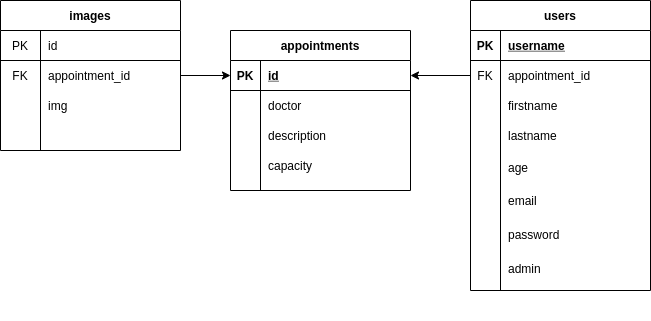
Earlier version of the draw.io export docs/diagrams/db.png (kevindoubleu/COMPFEST-Hospital). Source tidied: cells renumbered, new cells last; positions are measured from the earlier drawing's top-left corner, leaving out a move shared by most shapes.
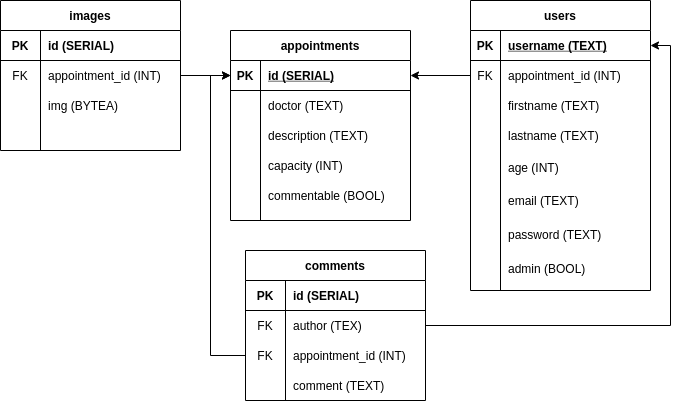
Above is the later version.

Commit message:
comments can be disabled

The edit, as a diff of the source:
```diff
@@ -3,7 +3,7 @@
     <mxCell id="0" />
     <mxCell id="1" parent="0" />
     <mxCell id="2" value="appointments" style="shape=table;startSize=30;rowLines=0;fontStyle=1;align=center;" parent="1" vertex="1">
-      <mxGeometry x="230" y="30" width="180" height="160" as="geometry" />
+      <mxGeometry x="230" y="30" width="180" height="190" as="geometry" />
     </mxCell>
     <mxCell id="3" style="shape=partialRectangle;fillColor=none;top=0;left=0;bottom=1;right=0;points=[[0,0.5],[1,0.5]];portConstraint=eastwest;" parent="2" vertex="1">
       <mxGeometry y="30" width="180" height="30" as="geometry" />
@@ -11,7 +11,7 @@
     <mxCell id="4" value="PK" style="shape=partialRectangle;fillColor=none;top=0;left=0;bottom=0;right=0;fontStyle=1;overflow=hidden;" parent="3" vertex="1">
       <mxGeometry width="30" height="30" as="geometry" />
     </mxCell>
-    <mxCell id="5" value="id" style="shape=partialRectangle;fillColor=none;top=0;left=0;bottom=0;right=0;align=left;spacingLeft=6;fontStyle=5;overflow=hidden;" parent="3" vertex="1">
+    <mxCell id="5" value="id (SERIAL)" style="shape=partialRectangle;fillColor=none;top=0;left=0;bottom=0;right=0;align=left;spacingLeft=6;fontStyle=5;overflow=hidden;" parent="3" vertex="1">
       <mxGeometry x="30" width="150" height="30" as="geometry" />
     </mxCell>
     <mxCell id="6" style="shape=partialRectangle;fillColor=none;top=0;left=0;bottom=0;right=0;" parent="2" vertex="1">
@@ -20,7 +20,7 @@
     <mxCell id="7" style="shape=partialRectangle;fillColor=none;top=0;left=0;bottom=0;right=0;overflow=hidden;" parent="6" vertex="1">
       <mxGeometry width="30" height="30" as="geometry" />
     </mxCell>
-    <mxCell id="8" value="doctor" style="shape=partialRectangle;fillColor=none;top=0;left=0;bottom=0;right=0;align=left;spacingLeft=6;overflow=hidden;" parent="6" vertex="1">
+    <mxCell id="8" value="doctor (TEXT)" style="shape=partialRectangle;fillColor=none;top=0;left=0;bottom=0;right=0;align=left;spacingLeft=6;overflow=hidden;" parent="6" vertex="1">
       <mxGeometry x="30" width="150" height="30" as="geometry" />
     </mxCell>
     <mxCell id="9" style="shape=partialRectangle;fillColor=none;top=0;left=0;bottom=0;right=0;" parent="2" vertex="1">
@@ -29,7 +29,7 @@
     <mxCell id="10" style="shape=partialRectangle;fillColor=none;top=0;left=0;bottom=0;right=0;overflow=hidden;" parent="9" vertex="1">
       <mxGeometry width="30" height="30" as="geometry" />
     </mxCell>
-    <mxCell id="11" value="description" style="shape=partialRectangle;fillColor=none;top=0;left=0;bottom=0;right=0;align=left;spacingLeft=6;overflow=hidden;" parent="9" vertex="1">
+    <mxCell id="11" value="description (TEXT)" style="shape=partialRectangle;fillColor=none;top=0;left=0;bottom=0;right=0;align=left;spacingLeft=6;overflow=hidden;" parent="9" vertex="1">
       <mxGeometry x="30" width="150" height="30" as="geometry" />
     </mxCell>
     <mxCell id="12" style="shape=partialRectangle;fillColor=none;top=0;left=0;bottom=0;right=0;" parent="2" vertex="1">
@@ -38,7 +38,7 @@
     <mxCell id="13" style="shape=partialRectangle;fillColor=none;top=0;left=0;bottom=0;right=0;overflow=hidden;" parent="12" vertex="1">
       <mxGeometry width="30" height="30" as="geometry" />
     </mxCell>
-    <mxCell id="14" value="capacity" style="shape=partialRectangle;fillColor=none;top=0;left=0;bottom=0;right=0;align=left;spacingLeft=6;overflow=hidden;" parent="12" vertex="1">
+    <mxCell id="14" value="capacity (INT)" style="shape=partialRectangle;fillColor=none;top=0;left=0;bottom=0;right=0;align=left;spacingLeft=6;overflow=hidden;" parent="12" vertex="1">
       <mxGeometry x="30" width="150" height="30" as="geometry" />
     </mxCell>
     <mxCell id="15" style="group;" parent="1" vertex="1">
@@ -53,7 +53,7 @@
     <mxCell id="18" value="PK" style="shape=partialRectangle;fillColor=none;top=0;left=0;bottom=0;right=0;fontStyle=1;overflow=hidden;" parent="17" vertex="1">
       <mxGeometry width="30" height="30" as="geometry" />
     </mxCell>
-    <mxCell id="19" value="username" style="shape=partialRectangle;fillColor=none;top=0;left=0;bottom=0;right=0;align=left;spacingLeft=6;fontStyle=5;overflow=hidden;" parent="17" vertex="1">
+    <mxCell id="19" value="username (TEXT)" style="shape=partialRectangle;fillColor=none;top=0;left=0;bottom=0;right=0;align=left;spacingLeft=6;fontStyle=5;overflow=hidden;" parent="17" vertex="1">
       <mxGeometry x="30" width="150" height="30" as="geometry" />
     </mxCell>
     <mxCell id="20" style="shape=partialRectangle;fillColor=none;top=0;left=0;bottom=0;right=0;points=[[0,0.5],[1,0.5]];portConstraint=eastwest;" parent="16" vertex="1">
@@ -62,7 +62,7 @@
     <mxCell id="21" value="FK" style="shape=partialRectangle;fillColor=none;top=0;left=0;bottom=0;right=0;overflow=hidden;" parent="20" vertex="1">
       <mxGeometry width="30" height="30" as="geometry" />
     </mxCell>
-    <mxCell id="22" value="appointment_id" style="shape=partialRectangle;fillColor=none;top=0;left=0;bottom=0;right=0;align=left;spacingLeft=6;overflow=hidden;" parent="20" vertex="1">
+    <mxCell id="22" value="appointment_id (INT)" style="shape=partialRectangle;fillColor=none;top=0;left=0;bottom=0;right=0;align=left;spacingLeft=6;overflow=hidden;" parent="20" vertex="1">
       <mxGeometry x="30" width="150" height="30" as="geometry" />
     </mxCell>
     <mxCell id="23" style="shape=partialRectangle;fillColor=none;top=0;left=0;bottom=0;right=0;" parent="16" vertex="1">
@@ -71,7 +71,7 @@
     <mxCell id="24" style="shape=partialRectangle;fillColor=none;top=0;left=0;bottom=0;right=0;overflow=hidden;" parent="23" vertex="1">
       <mxGeometry width="30" height="30" as="geometry" />
     </mxCell>
-    <mxCell id="25" value="firstname" style="shape=partialRectangle;fillColor=none;top=0;left=0;bottom=0;right=0;align=left;spacingLeft=6;overflow=hidden;" parent="23" vertex="1">
+    <mxCell id="25" value="firstname (TEXT)" style="shape=partialRectangle;fillColor=none;top=0;left=0;bottom=0;right=0;align=left;spacingLeft=6;overflow=hidden;" parent="23" vertex="1">
       <mxGeometry x="30" width="150" height="30" as="geometry" />
     </mxCell>
     <mxCell id="26" style="shape=partialRectangle;fillColor=none;top=0;left=0;bottom=0;right=0;" parent="16" vertex="1">
@@ -80,34 +80,31 @@
     <mxCell id="27" style="shape=partialRectangle;fillColor=none;top=0;left=0;bottom=0;right=0;overflow=hidden;" parent="26" vertex="1">
       <mxGeometry width="30" height="30" as="geometry" />
     </mxCell>
-    <mxCell id="28" value="lastname" style="shape=partialRectangle;fillColor=none;top=0;left=0;bottom=0;right=0;align=left;spacingLeft=6;overflow=hidden;" parent="26" vertex="1">
+    <mxCell id="28" value="lastname (TEXT)" style="shape=partialRectangle;fillColor=none;top=0;left=0;bottom=0;right=0;align=left;spacingLeft=6;overflow=hidden;" parent="26" vertex="1">
       <mxGeometry x="30" width="150" height="30" as="geometry" />
     </mxCell>
-    <mxCell id="29" value="age" style="shape=partialRectangle;fillColor=none;top=0;left=0;bottom=0;right=0;align=left;spacingLeft=6;overflow=hidden;" parent="15" vertex="1">
+    <mxCell id="29" value="age (INT)" style="shape=partialRectangle;fillColor=none;top=0;left=0;bottom=0;right=0;align=left;spacingLeft=6;overflow=hidden;" parent="15" vertex="1">
       <mxGeometry x="30" y="150" width="150" height="33.6" as="geometry" />
     </mxCell>
-    <mxCell id="30" value="email" style="shape=partialRectangle;fillColor=none;top=0;left=0;bottom=0;right=0;align=left;spacingLeft=6;overflow=hidden;" parent="15" vertex="1">
+    <mxCell id="30" value="email (TEXT)" style="shape=partialRectangle;fillColor=none;top=0;left=0;bottom=0;right=0;align=left;spacingLeft=6;overflow=hidden;" parent="15" vertex="1">
       <mxGeometry x="30" y="183.6" width="150" height="33.6" as="geometry" />
     </mxCell>
-    <mxCell id="31" value="password" style="shape=partialRectangle;fillColor=none;top=0;left=0;bottom=0;right=0;align=left;spacingLeft=6;overflow=hidden;" parent="15" vertex="1">
+    <mxCell id="31" value="password (TEXT)" style="shape=partialRectangle;fillColor=none;top=0;left=0;bottom=0;right=0;align=left;spacingLeft=6;overflow=hidden;" parent="15" vertex="1">
       <mxGeometry x="30" y="217.2" width="150" height="33.6" as="geometry" />
     </mxCell>
-    <mxCell id="32" value="admin" style="shape=partialRectangle;fillColor=none;top=0;left=0;bottom=0;right=0;align=left;spacingLeft=6;overflow=hidden;" parent="15" vertex="1">
+    <mxCell id="32" value="admin (BOOL)" style="shape=partialRectangle;fillColor=none;top=0;left=0;bottom=0;right=0;align=left;spacingLeft=6;overflow=hidden;" parent="15" vertex="1">
       <mxGeometry x="30" y="250.8" width="150" height="33.6" as="geometry" />
     </mxCell>
-    <mxCell id="33" style="edgeStyle=orthogonalEdgeStyle;rounded=0;jettySize=auto;html=1;entryX=1;entryY=0.5;entryDx=0;entryDy=0;" parent="1" edge="1" source="20" target="3">
-      <mxGeometry relative="1" as="geometry" />
-    </mxCell>
     <mxCell id="34" value="images" style="shape=table;html=1;whiteSpace=wrap;startSize=30;rowLines=0;fontStyle=1;align=center;" parent="1" vertex="1">
       <mxGeometry width="180" height="150" as="geometry" />
     </mxCell>
     <mxCell id="35" style="shape=partialRectangle;html=1;whiteSpace=wrap;fillColor=none;top=0;left=0;bottom=1;right=0;" parent="34" vertex="1">
       <mxGeometry y="30" width="180" height="30" as="geometry" />
     </mxCell>
-    <mxCell id="36" value="PK" style="shape=partialRectangle;html=1;whiteSpace=wrap;fillColor=none;top=0;left=0;bottom=0;right=0;overflow=hidden;" parent="35" vertex="1">
+    <mxCell id="36" value="&lt;b&gt;PK&lt;/b&gt;" style="shape=partialRectangle;html=1;whiteSpace=wrap;fillColor=none;top=0;left=0;bottom=0;right=0;overflow=hidden;" parent="35" vertex="1">
       <mxGeometry width="40" height="30" as="geometry" />
     </mxCell>
-    <mxCell id="37" value="id" style="shape=partialRectangle;html=1;whiteSpace=wrap;fillColor=none;top=0;left=0;bottom=0;right=0;align=left;spacingLeft=6;overflow=hidden;" parent="35" vertex="1">
+    <mxCell id="37" value="&lt;b&gt;id (SERIAL)&lt;/b&gt;" style="shape=partialRectangle;html=1;whiteSpace=wrap;fillColor=none;top=0;left=0;bottom=0;right=0;align=left;spacingLeft=6;overflow=hidden;" parent="35" vertex="1">
       <mxGeometry x="40" width="140" height="30" as="geometry" />
     </mxCell>
     <mxCell id="38" style="shape=partialRectangle;html=1;whiteSpace=wrap;fillColor=none;top=0;left=0;bottom=0;right=0;points=[[0,0.5],[1,0.5]];portConstraint=eastwest;" parent="34" vertex="1">
@@ -116,7 +113,7 @@
     <mxCell id="39" value="FK" style="shape=partialRectangle;html=1;whiteSpace=wrap;fillColor=none;top=0;left=0;bottom=0;right=0;overflow=hidden;" parent="38" vertex="1">
       <mxGeometry width="40" height="30" as="geometry" />
     </mxCell>
-    <mxCell id="40" value="appointment_id" style="shape=partialRectangle;html=1;whiteSpace=wrap;fillColor=none;top=0;left=0;bottom=0;right=0;align=left;spacingLeft=6;overflow=hidden;" parent="38" vertex="1">
+    <mxCell id="40" value="appointment_id (INT)" style="shape=partialRectangle;html=1;whiteSpace=wrap;fillColor=none;top=0;left=0;bottom=0;right=0;align=left;spacingLeft=6;overflow=hidden;" parent="38" vertex="1">
       <mxGeometry x="40" width="140" height="30" as="geometry" />
     </mxCell>
     <mxCell id="41" style="shape=partialRectangle;html=1;whiteSpace=wrap;fillColor=none;top=0;left=0;bottom=0;right=0;" parent="34" vertex="1">
@@ -125,11 +122,59 @@
     <mxCell id="42" style="shape=partialRectangle;html=1;whiteSpace=wrap;fillColor=none;top=0;left=0;bottom=0;right=0;overflow=hidden;" parent="41" vertex="1">
       <mxGeometry width="40" height="30" as="geometry" />
     </mxCell>
-    <mxCell id="43" value="img" style="shape=partialRectangle;html=1;whiteSpace=wrap;fillColor=none;top=0;left=0;bottom=0;right=0;align=left;spacingLeft=6;overflow=hidden;" parent="41" vertex="1">
+    <mxCell id="43" value="img (BYTEA)" style="shape=partialRectangle;html=1;whiteSpace=wrap;fillColor=none;top=0;left=0;bottom=0;right=0;align=left;spacingLeft=6;overflow=hidden;" parent="41" vertex="1">
       <mxGeometry x="40" width="140" height="30" as="geometry" />
     </mxCell>
     <mxCell id="44" style="edgeStyle=orthogonalEdgeStyle;rounded=0;jettySize=auto;html=1;entryX=0;entryY=0.5;entryDx=0;entryDy=0;" parent="1" edge="1" source="38" target="3">
       <mxGeometry relative="1" as="geometry" />
     </mxCell>
+    <mxCell id="45" value="commentable (BOOL)" style="shape=partialRectangle;fillColor=none;top=0;left=0;bottom=0;right=0;align=left;spacingLeft=6;overflow=hidden;" parent="1" vertex="1">
+      <mxGeometry x="260" y="180" width="150" height="30" as="geometry" />
+    </mxCell>
+    <mxCell id="46" style="group;" parent="1" vertex="1">
+      <mxGeometry x="245" y="250" width="180" height="150" as="geometry" />
+    </mxCell>
+    <mxCell id="47" value="comments" style="shape=table;html=1;whiteSpace=wrap;startSize=30;rowLines=0;fontStyle=1;align=center;" parent="46" vertex="1">
+      <mxGeometry width="180" height="150" as="geometry" />
+    </mxCell>
+    <mxCell id="48" style="shape=partialRectangle;html=1;whiteSpace=wrap;fillColor=none;top=0;left=0;bottom=1;right=0;" parent="47" vertex="1">
+      <mxGeometry y="30" width="180" height="30" as="geometry" />
+    </mxCell>
+    <mxCell id="49" value="&lt;b&gt;PK&lt;/b&gt;" style="shape=partialRectangle;html=1;whiteSpace=wrap;fillColor=none;top=0;left=0;bottom=0;right=0;overflow=hidden;" parent="48" vertex="1">
+      <mxGeometry width="40" height="30" as="geometry" />
+    </mxCell>
+    <mxCell id="50" value="&lt;b&gt;id (SERIAL)&lt;/b&gt;" style="shape=partialRectangle;html=1;whiteSpace=wrap;fillColor=none;top=0;left=0;bottom=0;right=0;align=left;spacingLeft=6;overflow=hidden;" parent="48" vertex="1">
+      <mxGeometry x="40" width="140" height="30" as="geometry" />
+    </mxCell>
+    <mxCell id="51" style="shape=partialRectangle;html=1;whiteSpace=wrap;fillColor=none;top=0;left=0;bottom=0;right=0;points=[[0,0.5],[1,0.5]];portConstraint=eastwest;" parent="47" vertex="1">
+      <mxGeometry y="60" width="180" height="30" as="geometry" />
+    </mxCell>
+    <mxCell id="52" value="FK" style="shape=partialRectangle;html=1;whiteSpace=wrap;fillColor=none;top=0;left=0;bottom=0;right=0;overflow=hidden;" parent="51" vertex="1">
+      <mxGeometry width="40" height="30" as="geometry" />
+    </mxCell>
+    <mxCell id="53" value="author (TEX)" style="shape=partialRectangle;html=1;whiteSpace=wrap;fillColor=none;top=0;left=0;bottom=0;right=0;align=left;spacingLeft=6;overflow=hidden;" parent="51" vertex="1">
+      <mxGeometry x="40" width="140" height="30" as="geometry" />
+    </mxCell>
+    <mxCell id="54" style="shape=partialRectangle;html=1;whiteSpace=wrap;fillColor=none;top=0;left=0;bottom=0;right=0;points=[[0,0.5],[1,0.5]];portConstraint=eastwest;" parent="47" vertex="1">
+      <mxGeometry y="90" width="180" height="30" as="geometry" />
+    </mxCell>
+    <mxCell id="55" value="FK" style="shape=partialRectangle;html=1;whiteSpace=wrap;fillColor=none;top=0;left=0;bottom=0;right=0;overflow=hidden;" parent="54" vertex="1">
+      <mxGeometry width="40" height="30" as="geometry" />
+    </mxCell>
+    <mxCell id="56" value="appointment_id (INT)" style="shape=partialRectangle;html=1;whiteSpace=wrap;fillColor=none;top=0;left=0;bottom=0;right=0;align=left;spacingLeft=6;overflow=hidden;" parent="54" vertex="1">
+      <mxGeometry x="40" width="140" height="30" as="geometry" />
+    </mxCell>
+    <mxCell id="57" value="comment (TEXT)" style="shape=partialRectangle;html=1;whiteSpace=wrap;fillColor=none;top=0;left=0;bottom=0;right=0;align=left;spacingLeft=6;overflow=hidden;" parent="46" vertex="1">
+      <mxGeometry x="40" y="120" width="140" height="30" as="geometry" />
+    </mxCell>
+    <mxCell id="58" style="edgeStyle=orthogonalEdgeStyle;rounded=0;jettySize=auto;html=1;entryX=0;entryY=0.5;entryDx=0;entryDy=0;" parent="1" edge="1" source="54" target="3">
+      <mxGeometry relative="1" as="geometry" />
+    </mxCell>
+    <mxCell id="33" style="edgeStyle=orthogonalEdgeStyle;rounded=0;jettySize=auto;html=1;entryX=1;entryY=0.5;entryDx=0;entryDy=0;" parent="1" edge="1" source="20" target="3">
+      <mxGeometry relative="1" as="geometry" />
+    </mxCell>
+    <mxCell id="59" style="edgeStyle=orthogonalEdgeStyle;rounded=0;jettySize=auto;html=1;entryX=1;entryY=0.5;entryDx=0;entryDy=0;" parent="1" edge="1" source="51" target="17">
+      <mxGeometry relative="1" as="geometry" />
+    </mxCell>
   </root>
 </mxGraphModel>
```
